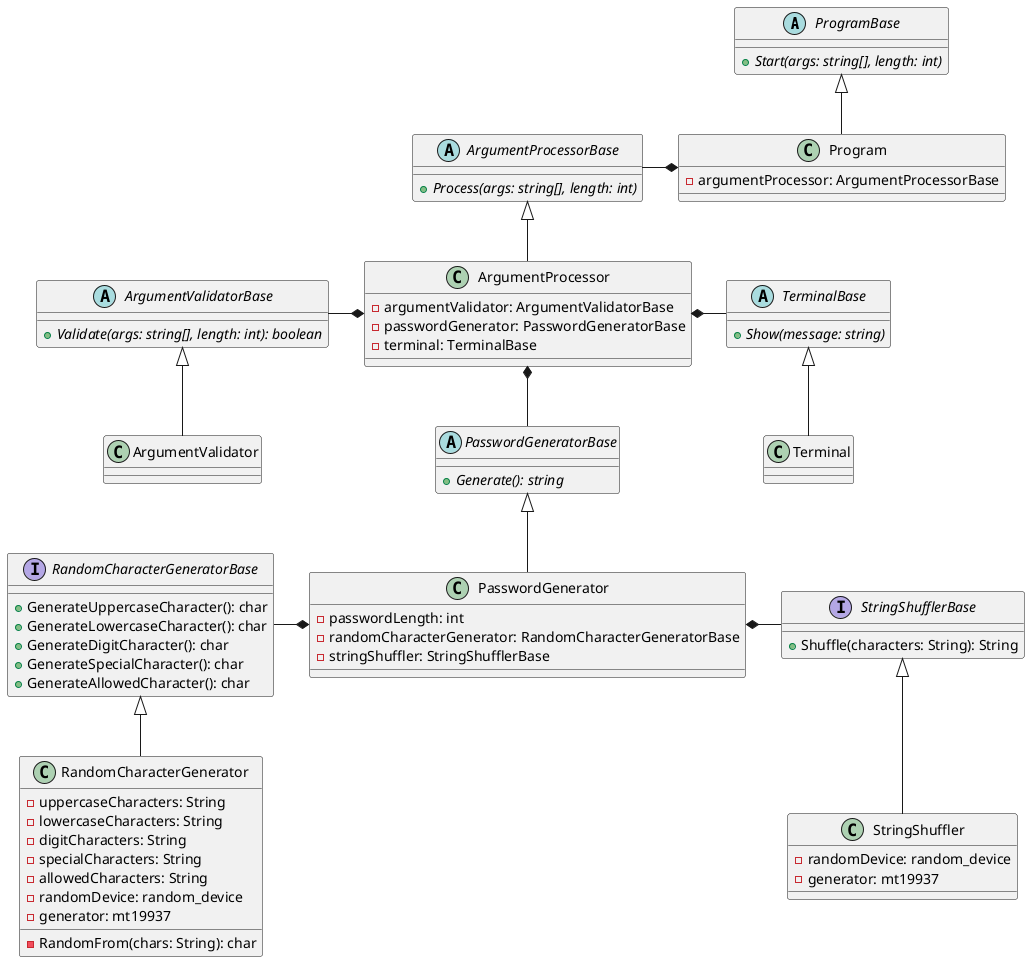
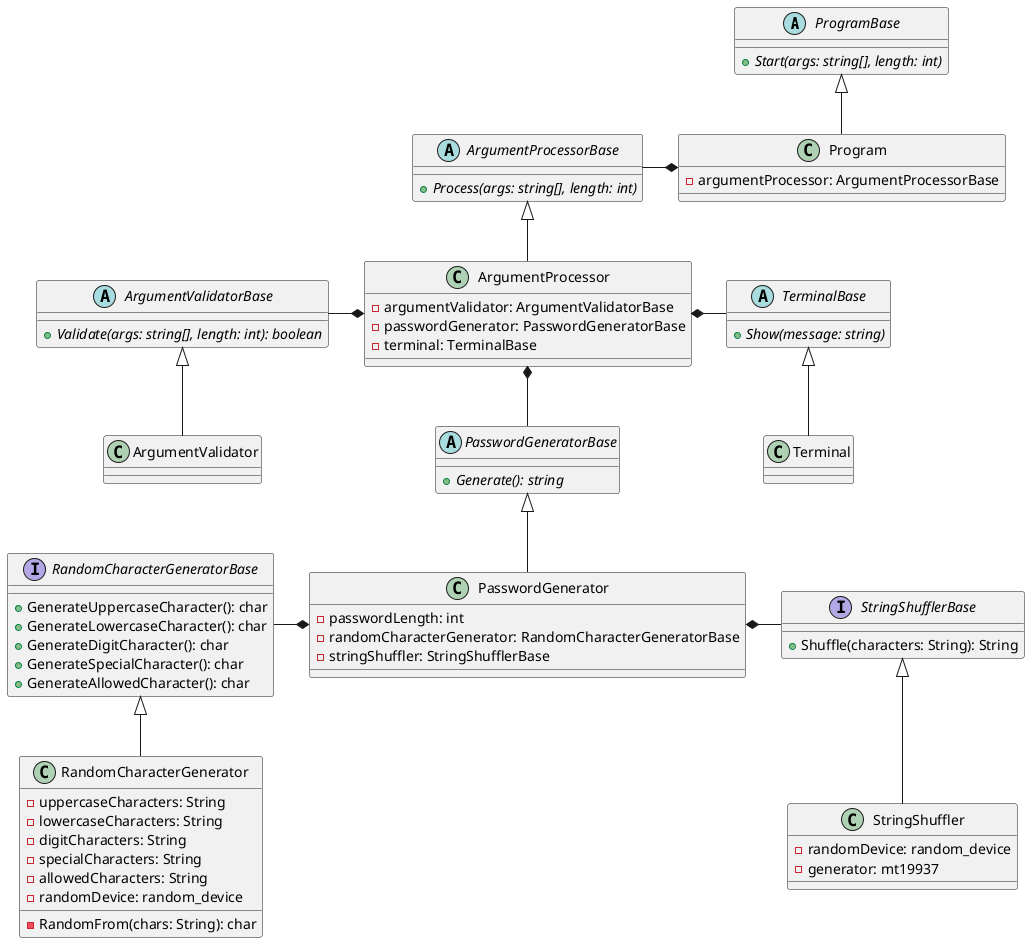
@startuml class
abstract class ProgramBase {
    + {abstract} Start(args: string[], length: int)
}

class Program {
    - argumentProcessor: ArgumentProcessorBase
}

abstract class ArgumentValidatorBase {
    + {abstract} Validate(args: string[], length: int): boolean
}

class ArgumentValidator {
}

abstract class ArgumentProcessorBase {
    + {abstract} Process(args: string[], length: int)
}

class ArgumentProcessor {
    - argumentValidator: ArgumentValidatorBase
    - passwordGenerator: PasswordGeneratorBase
    - terminal: TerminalBase
}

abstract class TerminalBase {
    + {abstract} Show(message: string)
}

class Terminal {
}

abstract class PasswordGeneratorBase {
    + {abstract} Generate(): string
}

class PasswordGenerator {
    - passwordLength: int
    - randomCharacterGenerator: RandomCharacterGeneratorBase
    - stringShuffler: StringShufflerBase
}

interface RandomCharacterGeneratorBase {
    + GenerateUppercaseCharacter(): char
    + GenerateLowercaseCharacter(): char
    + GenerateDigitCharacter(): char
    + GenerateSpecialCharacter(): char
    + GenerateAllowedCharacter(): char
}

class RandomCharacterGenerator {
    - uppercaseCharacters: String
    - lowercaseCharacters: String
    - digitCharacters: String
    - specialCharacters: String
    - allowedCharacters: String
    - randomDevice: random_device
-     - generator: mt19937
    - RandomFrom(chars: String): char
}

interface StringShufflerBase {
    + Shuffle(characters: String): String
}

class StringShuffler {
    - randomDevice: random_device
    - generator: mt19937
}

ArgumentValidatorBase <|-- ArgumentValidator
ArgumentProcessorBase <|-- ArgumentProcessor
TerminalBase <|-- Terminal
PasswordGeneratorBase <|-- PasswordGenerator
RandomCharacterGeneratorBase <|-- RandomCharacterGenerator
StringShufflerBase <|-- StringShuffler
ProgramBase <|-- Program

Program *--l ArgumentProcessorBase

ArgumentProcessor *--l ArgumentValidatorBase
ArgumentProcessor *--d PasswordGeneratorBase
ArgumentProcessor *--r TerminalBase

PasswordGenerator *--l RandomCharacterGeneratorBase
PasswordGenerator *--r StringShufflerBase
@enduml